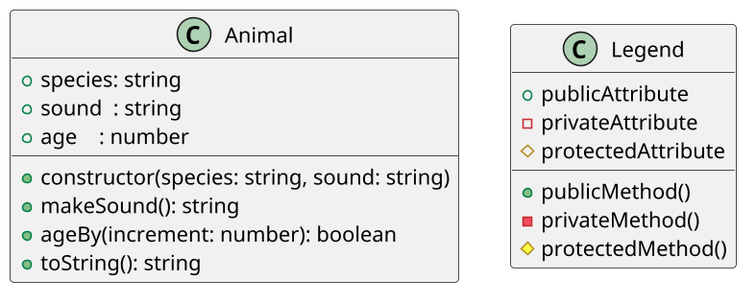
Before: labs/animal/assets/diagrama.png, a diagram exported from PlantUML (qxcodepoo/arcade).
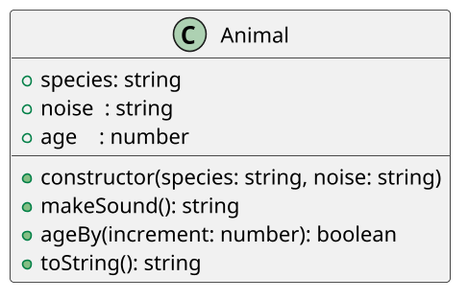
Above is the later version.

Change to the diagram source:
```diff
@@ -5,23 +5,13 @@
 
 class Animal {
     + species: string
-    + sound  : string
+    + noise  : string
     + age    : number
     __
-    + constructor(species: string, sound: string)
+    + constructor(species: string, noise: string)
     + makeSound(): string
     + ageBy(increment: number): boolean
     + toString(): string
 }
 
-class Legend {
-  + publicAttribute
-  - privateAttribute
-  # protectedAttribute
-  __
-  + publicMethod()
-  - privateMethod()
-  # protectedMethod()
-}
-
 @enduml
```
